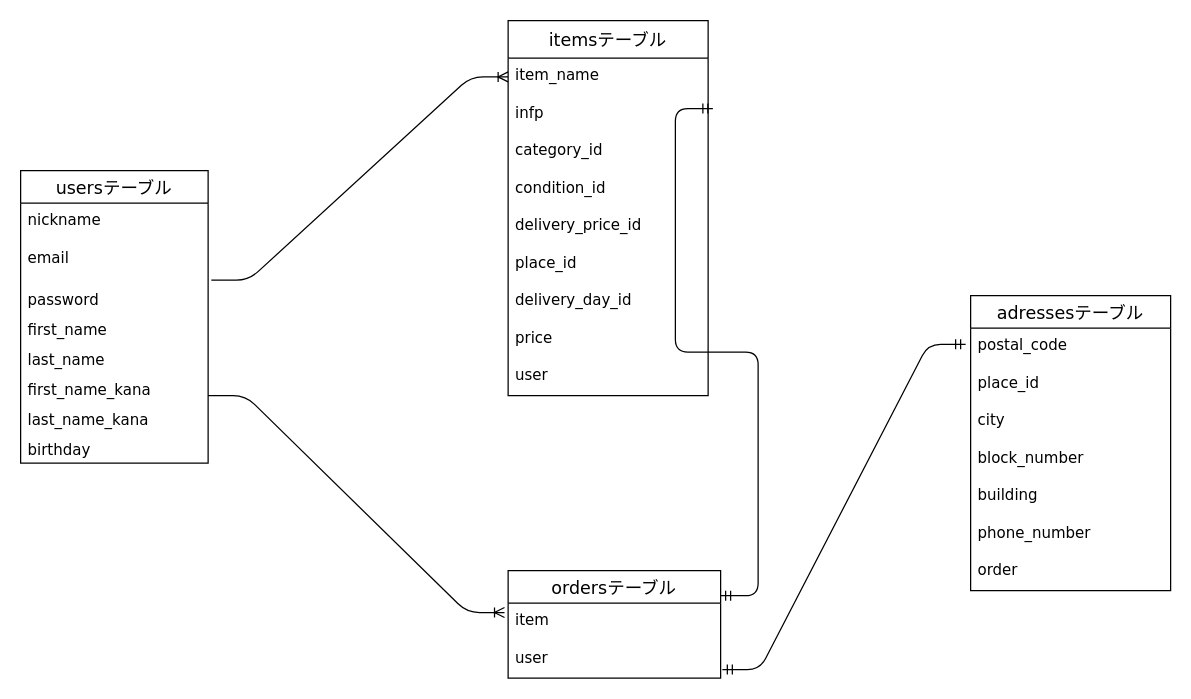
kanako-s2222/furima-39793 keeps this draw.io diagram as test.dio. Above is the earlier version. Source tidied: cells renumbered, new cells numbered last; positions are measured from the earlier drawing's top-left corner, leaving out a move shared by most shapes. Both pictures are drawn from the tidied source at 125%, with x=0, y=0 at pixel (20, 20).
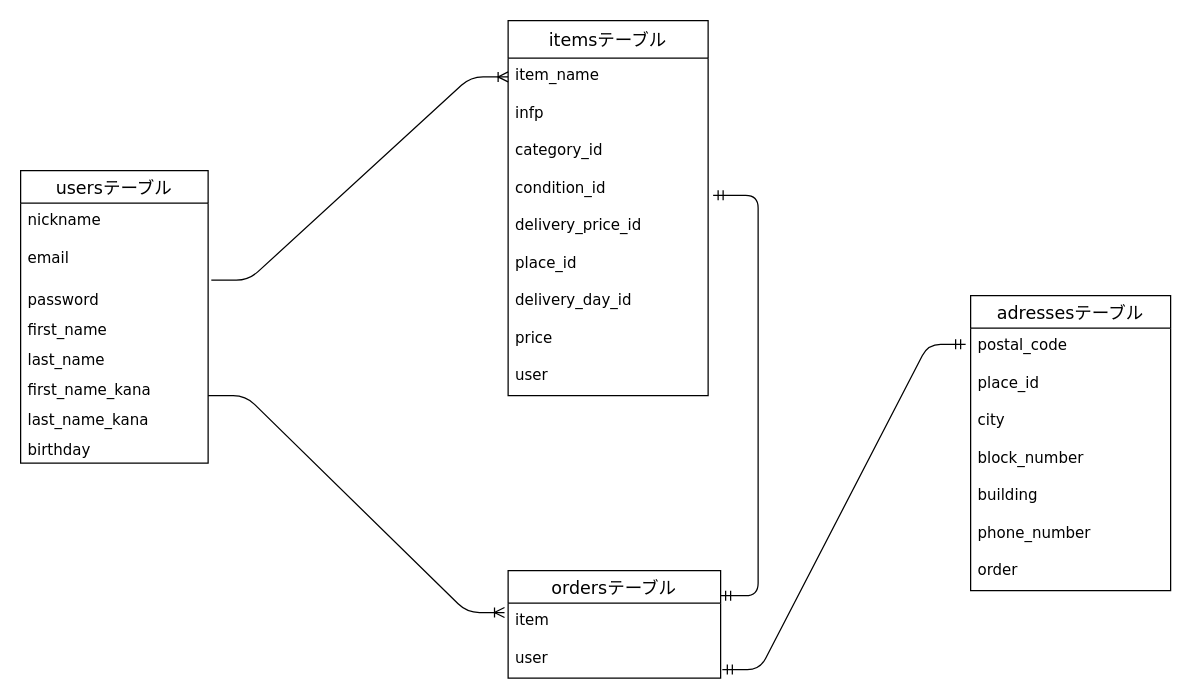
Above is the later version.

Unchanged cells that the change refers to:
```xml
<mxCell id="16" value="condition_id" style="text;strokeColor=none;fillColor=none;spacingLeft=4;spacingRight=4;overflow=hidden;points=[[0,0.5],[1,0.5]];portConstraint=eastwest;fontSize=12;rounded=0;sketch=0;hachureGap=4;jiggle=2;curveFitting=1;fontFamily=Verdana;" parent="12" vertex="1">
  <mxGeometry y="120" width="160" height="30" as="geometry" />
</mxCell>
```

Change to the diagram source:
```diff
@@
-    <mxCell id="35" style="edgeStyle=entityRelationEdgeStyle;fontSize=12;html=1;endArrow=ERmandOne;startArrow=ERmandOne;sketch=0;hachureGap=4;jiggle=2;curveFitting=1;fontFamily=Verdana;entryX=1.024;entryY=0.342;entryDx=0;entryDy=0;entryPerimeter=0;" parent="1" edge="1">
+    <mxCell id="35" style="edgeStyle=entityRelationEdgeStyle;fontSize=12;html=1;endArrow=ERmandOne;startArrow=ERmandOne;sketch=0;hachureGap=4;jiggle=2;curveFitting=1;fontFamily=Verdana;entryX=1.025;entryY=0.658;entryDx=0;entryDy=0;entryPerimeter=0;" parent="1" edge="1" target="16">
       <mxGeometry relative="1" as="geometry">
         <mxPoint x="560" y="460" as="sourcePoint" />
-        <mxPoint x="553.8" y="70.3" as="targetPoint" />
       </mxGeometry>
     </mxCell>
```
